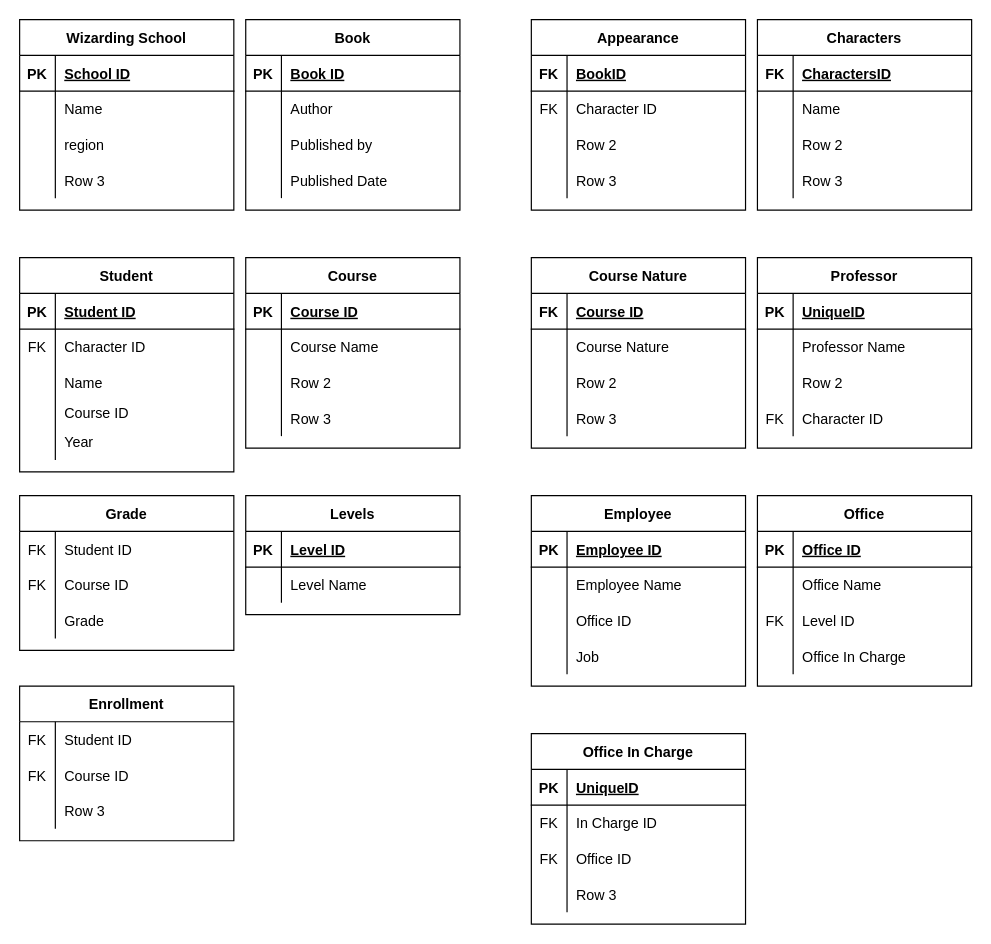
Above: LabExam-ERD.drawio in mans00rahmed/Introduction-To-Databse-Lab (draw.io), before the change. Source tidied: cells renumbered, new cells numbered last; positions are measured from the earlier drawing's top-left corner, leaving out a move shared by most shapes. Both pictures are drawn from the tidied source at 119%, with x=0, y=0 at pixel (19, 19).
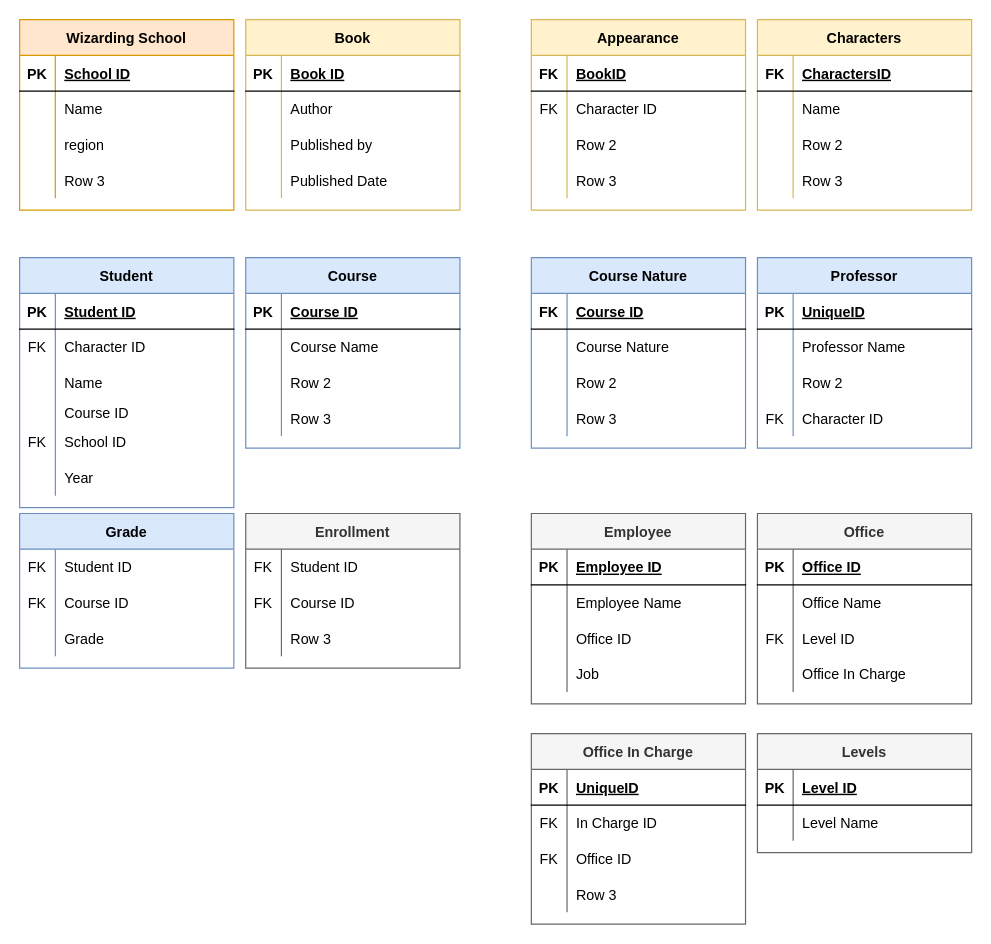
The same page after the edit.

Change to the diagram source:
```diff
@@
-    <mxCell id="2" value="Wizarding School" style="shape=table;startSize=30;childLayout=tableLayout;rowLines=0;fontStyle=1;align=center;" parent="1" vertex="1">
+    <mxCell id="2" value="Wizarding School" style="shape=table;startSize=30;childLayout=tableLayout;rowLines=0;fontStyle=1;align=center;fillColor=#ffe6cc;strokeColor=#d79b00;" parent="1" vertex="1">
       <mxGeometry width="180" height="160" as="geometry" />
     </mxCell>
@@
-    <mxCell id="15" value="Book" style="shape=table;startSize=30;childLayout=tableLayout;rowLines=0;fontStyle=1;align=center;" parent="1" vertex="1">
+    <mxCell id="15" value="Book" style="shape=table;startSize=30;childLayout=tableLayout;rowLines=0;fontStyle=1;align=center;fillColor=#fff2cc;strokeColor=#d6b656;" parent="1" vertex="1">
       <mxGeometry x="190" width="180" height="160" as="geometry" />
     </mxCell>
@@
-    <mxCell id="28" value="Appearance" style="shape=table;startSize=30;childLayout=tableLayout;rowLines=0;fontStyle=1;align=center;" parent="1" vertex="1">
+    <mxCell id="28" value="Appearance" style="shape=table;startSize=30;childLayout=tableLayout;rowLines=0;fontStyle=1;align=center;fillColor=#fff2cc;strokeColor=#d6b656;" parent="1" vertex="1">
       <mxGeometry x="430" width="180" height="160" as="geometry" />
     </mxCell>
@@
-    <mxCell id="41" value="Characters" style="shape=table;startSize=30;childLayout=tableLayout;rowLines=0;fontStyle=1;align=center;" parent="1" vertex="1">
+    <mxCell id="41" value="Characters" style="shape=table;startSize=30;childLayout=tableLayout;rowLines=0;fontStyle=1;align=center;fillColor=#fff2cc;strokeColor=#d6b656;" parent="1" vertex="1">
       <mxGeometry x="620" width="180" height="160" as="geometry" />
     </mxCell>
@@
-    <mxCell id="54" value="Student" style="shape=table;startSize=30;childLayout=tableLayout;rowLines=0;fontStyle=1;align=center;" parent="1" vertex="1">
-      <mxGeometry y="200" width="180" height="180" as="geometry" />
+    <mxCell id="54" value="Student" style="shape=table;startSize=30;childLayout=tableLayout;rowLines=0;fontStyle=1;align=center;fillColor=#dae8fc;strokeColor=#6c8ebf;" parent="1" vertex="1">
+      <mxGeometry y="200" width="180" height="210" as="geometry" />
     </mxCell>
@@
+    <mxCell id="175" style="shape=partialRectangle;fillColor=none;top=0;left=0;bottom=0;right=0;" parent="54" vertex="1">
+      <mxGeometry y="140" width="180" height="30" as="geometry" />
+    </mxCell>
+    <mxCell id="176" value="FK" style="shape=partialRectangle;fillColor=none;top=0;left=0;bottom=0;right=0;fontStyle=0;overflow=hidden;" parent="175" vertex="1">
+      <mxGeometry width="30" height="30" as="geometry" />
+    </mxCell>
+    <mxCell id="177" value="School ID" style="shape=partialRectangle;fillColor=none;top=0;left=0;bottom=0;right=0;align=left;spacingLeft=6;fontStyle=0;overflow=hidden;" parent="175" vertex="1">
+      <mxGeometry x="30" width="150" height="30" as="geometry" />
+    </mxCell>
     <mxCell id="67" style="shape=partialRectangle;fillColor=none;top=0;left=0;bottom=0;right=0;" parent="54" vertex="1">
-      <mxGeometry y="140" width="180" height="30" as="geometry" />
+      <mxGeometry y="170" width="180" height="30" as="geometry" />
     </mxCell>
@@
-    <mxCell id="70" value="Course" style="shape=table;startSize=30;childLayout=tableLayout;rowLines=0;fontStyle=1;align=center;" parent="1" vertex="1">
+    <mxCell id="70" value="Course" style="shape=table;startSize=30;childLayout=tableLayout;rowLines=0;fontStyle=1;align=center;fillColor=#dae8fc;strokeColor=#6c8ebf;" parent="1" vertex="1">
       <mxGeometry x="190" y="200" width="180" height="160" as="geometry" />
     </mxCell>
@@
-    <mxCell id="83" value="Course Nature" style="shape=table;startSize=30;childLayout=tableLayout;rowLines=0;fontStyle=1;align=center;" parent="1" vertex="1">
+    <mxCell id="83" value="Course Nature" style="shape=table;startSize=30;childLayout=tableLayout;rowLines=0;fontStyle=1;align=center;fillColor=#dae8fc;strokeColor=#6c8ebf;" parent="1" vertex="1">
       <mxGeometry x="430" y="200" width="180" height="160" as="geometry" />
     </mxCell>
@@
-    <mxCell id="96" value="Professor" style="shape=table;startSize=30;childLayout=tableLayout;rowLines=0;fontStyle=1;align=center;" parent="1" vertex="1">
+    <mxCell id="96" value="Professor" style="shape=table;startSize=30;childLayout=tableLayout;rowLines=0;fontStyle=1;align=center;fillColor=#dae8fc;strokeColor=#6c8ebf;" parent="1" vertex="1">
       <mxGeometry x="620" y="200" width="180" height="160" as="geometry" />
     </mxCell>
@@
-    <mxCell id="109" value="Grade" style="shape=table;startSize=30;childLayout=tableLayout;rowLines=0;fontStyle=1;align=center;" parent="1" vertex="1">
-      <mxGeometry y="400" width="180" height="130" as="geometry" />
+    <mxCell id="109" value="Grade" style="shape=table;startSize=30;childLayout=tableLayout;rowLines=0;fontStyle=1;align=center;fillColor=#dae8fc;strokeColor=#6c8ebf;" parent="1" vertex="1">
+      <mxGeometry y="415" width="180" height="130" as="geometry" />
     </mxCell>
@@
-    <mxCell id="119" value="Levels" style="shape=table;startSize=30;childLayout=tableLayout;rowLines=0;fontStyle=1;align=center;" parent="1" vertex="1">
-      <mxGeometry x="190" y="400" width="180" height="100" as="geometry" />
+    <mxCell id="119" value="Levels" style="shape=table;startSize=30;childLayout=tableLayout;rowLines=0;fontStyle=1;align=center;fillColor=#f5f5f5;strokeColor=#666666;fontColor=#333333;" parent="1" vertex="1">
+      <mxGeometry x="620" y="600" width="180" height="100" as="geometry" />
     </mxCell>
@@
-    <mxCell id="126" value="Employee" style="shape=table;startSize=30;childLayout=tableLayout;rowLines=0;fontStyle=1;align=center;" parent="1" vertex="1">
-      <mxGeometry x="430" y="400" width="180" height="160" as="geometry" />
+    <mxCell id="126" value="Employee" style="shape=table;startSize=30;childLayout=tableLayout;rowLines=0;fontStyle=1;align=center;fillColor=#f5f5f5;strokeColor=#666666;fontColor=#333333;" parent="1" vertex="1">
+      <mxGeometry x="430" y="415" width="180" height="160" as="geometry" />
     </mxCell>
@@
-    <mxCell id="139" value="Office" style="shape=table;startSize=30;childLayout=tableLayout;rowLines=0;fontStyle=1;align=center;" parent="1" vertex="1">
-      <mxGeometry x="620" y="400" width="180" height="160" as="geometry" />
+    <mxCell id="139" value="Office" style="shape=table;startSize=30;childLayout=tableLayout;rowLines=0;fontStyle=1;align=center;fillColor=#f5f5f5;strokeColor=#666666;fontColor=#333333;" parent="1" vertex="1">
+      <mxGeometry x="620" y="415" width="180" height="160" as="geometry" />
     </mxCell>
@@
-    <mxCell id="152" value="Office In Charge" style="shape=table;startSize=30;childLayout=tableLayout;rowLines=0;fontStyle=1;align=center;" parent="1" vertex="1">
+    <mxCell id="152" value="Office In Charge" style="shape=table;startSize=30;childLayout=tableLayout;rowLines=0;fontStyle=1;align=center;fillColor=#f5f5f5;strokeColor=#666666;fontColor=#333333;" parent="1" vertex="1">
       <mxGeometry x="430" y="600" width="180" height="160" as="geometry" />
     </mxCell>
@@
-    <mxCell id="165" value="Enrollment" style="shape=table;startSize=30;childLayout=tableLayout;rowLines=0;fontStyle=1;align=center;" parent="1" vertex="1">
-      <mxGeometry y="560" width="180" height="130" as="geometry" />
+    <mxCell id="165" value="Enrollment" style="shape=table;startSize=30;childLayout=tableLayout;rowLines=0;fontStyle=1;align=center;fillColor=#f5f5f5;strokeColor=#666666;fontColor=#333333;" parent="1" vertex="1">
+      <mxGeometry x="190" y="415" width="180" height="130" as="geometry" />
     </mxCell>
```
